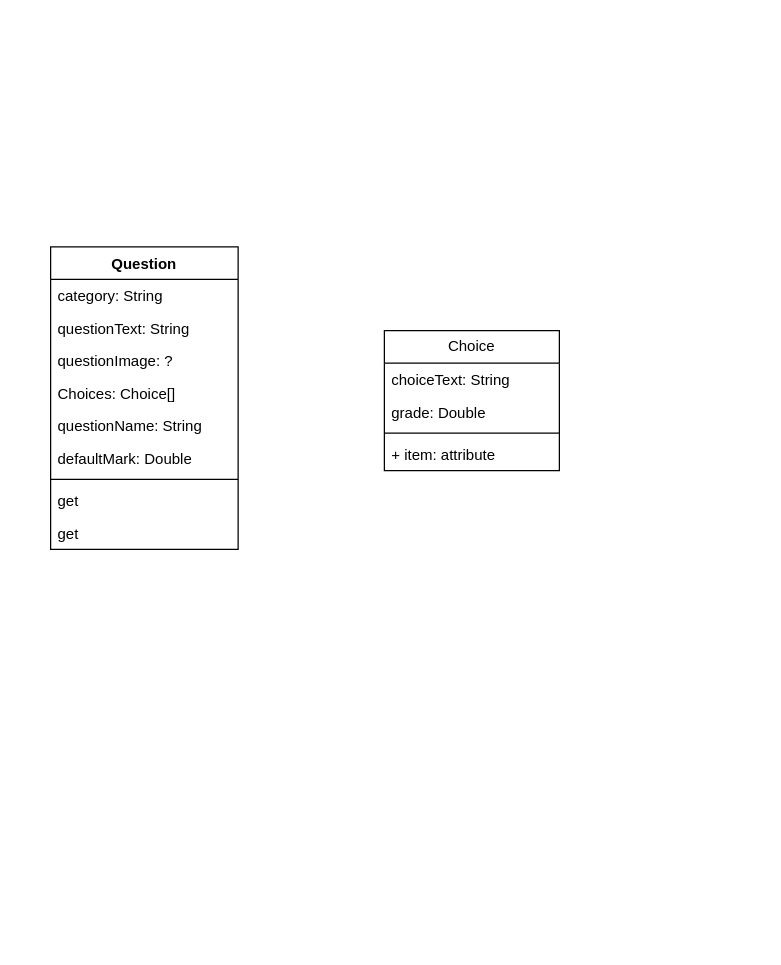
This is OOP_Diagram.drawio from ductaingn/OOP_Project, a draw.io file, before an edit. Source tidied: cells renumbered, new cells numbered last; positions are measured from the earlier drawing's top-left corner, leaving out a move shared by most shapes. Both pictures are drawn from the tidied source at 125%, with x=0, y=0 at pixel (50, 246).
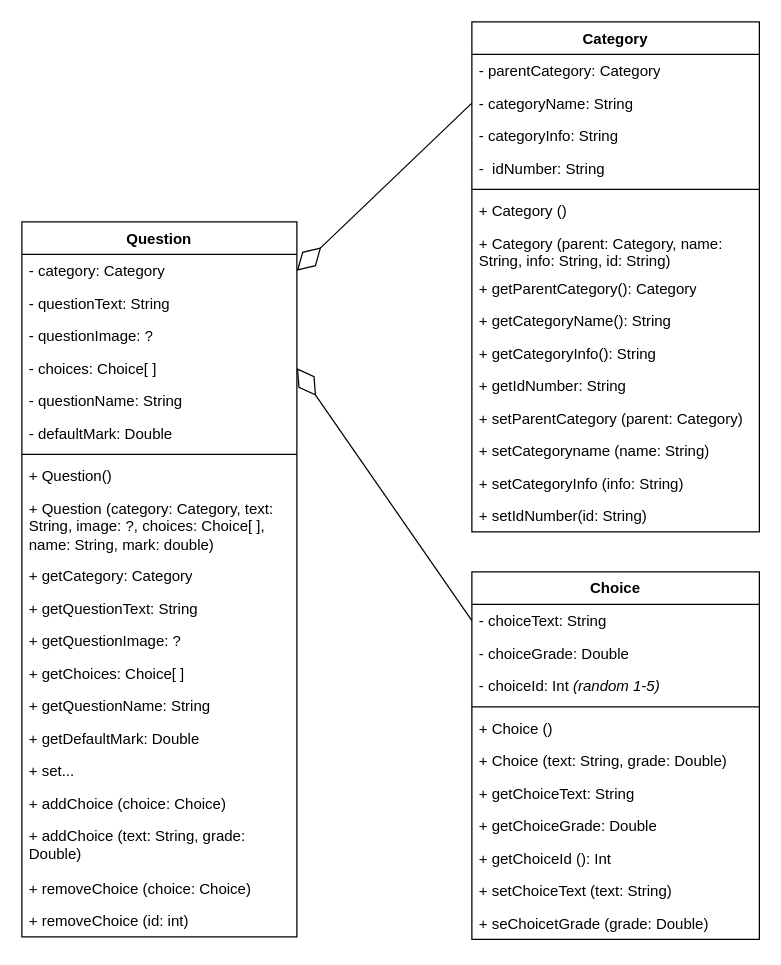
The same page after the edit.

Diff of the diagram source:
```diff
@@
     <mxCell id="2" value="Question" style="swimlane;fontStyle=1;align=center;verticalAlign=top;horizontal=1;startSize=26;whiteSpace=wrap;html=1;" parent="1" vertex="1">
-      <mxGeometry width="150" height="242" as="geometry" />
+      <mxGeometry x="-23" y="-20" width="220" height="572" as="geometry" />
     </mxCell>
-    <mxCell id="3" value="category: String" style="text;strokeColor=none;fillColor=none;align=left;verticalAlign=top;spacingLeft=4;spacingRight=4;overflow=hidden;points=[[0,0.5],[1,0.5]];portConstraint=eastwest;whiteSpace=wrap;html=1;" parent="2" vertex="1">
-      <mxGeometry y="26" width="150" height="26" as="geometry" />
+    <mxCell id="3" value="- category: Category&lt;br&gt;" style="text;strokeColor=none;fillColor=none;align=left;verticalAlign=top;spacingLeft=4;spacingRight=4;overflow=hidden;points=[[0,0.5],[1,0.5]];portConstraint=eastwest;whiteSpace=wrap;html=1;" parent="2" vertex="1">
+      <mxGeometry y="26" width="220" height="26" as="geometry" />
     </mxCell>
-    <mxCell id="4" value="questionText: String" style="text;strokeColor=none;fillColor=none;align=left;verticalAlign=top;spacingLeft=4;spacingRight=4;overflow=hidden;whiteSpace=wrap;html=1;" parent="2" vertex="1">
-      <mxGeometry y="52" width="150" height="26" as="geometry" />
+    <mxCell id="4" value="- questionText: String" style="text;strokeColor=none;fillColor=none;align=left;verticalAlign=top;spacingLeft=4;spacingRight=4;overflow=hidden;whiteSpace=wrap;html=1;" parent="2" vertex="1">
+      <mxGeometry y="52" width="220" height="26" as="geometry" />
     </mxCell>
-    <mxCell id="5" value="questionImage: ?" style="text;strokeColor=none;fillColor=none;align=left;verticalAlign=top;spacingLeft=4;spacingRight=4;overflow=hidden;whiteSpace=wrap;html=1;" parent="2" vertex="1">
-      <mxGeometry y="78" width="150" height="26" as="geometry" />
+    <mxCell id="5" value="- questionImage: ?" style="text;strokeColor=none;fillColor=none;align=left;verticalAlign=top;spacingLeft=4;spacingRight=4;overflow=hidden;whiteSpace=wrap;html=1;" parent="2" vertex="1">
+      <mxGeometry y="78" width="220" height="26" as="geometry" />
     </mxCell>
-    <mxCell id="6" value="Choices: Choice[]" style="text;strokeColor=none;fillColor=none;align=left;verticalAlign=top;spacingLeft=4;spacingRight=4;overflow=hidden;points=[[0,0.5],[1,0.5]];portConstraint=eastwest;whiteSpace=wrap;html=1;" parent="2" vertex="1">
-      <mxGeometry y="104" width="150" height="26" as="geometry" />
+    <mxCell id="6" value="- choices: Choice[ ]" style="text;strokeColor=none;fillColor=none;align=left;verticalAlign=top;spacingLeft=4;spacingRight=4;overflow=hidden;points=[[0,0.5],[1,0.5]];portConstraint=eastwest;whiteSpace=wrap;html=1;" parent="2" vertex="1">
+      <mxGeometry y="104" width="220" height="26" as="geometry" />
     </mxCell>
-    <mxCell id="7" value="questionName: String" style="text;strokeColor=none;fillColor=none;align=left;verticalAlign=top;spacingLeft=4;spacingRight=4;overflow=hidden;whiteSpace=wrap;html=1;" parent="2" vertex="1">
-      <mxGeometry y="130" width="150" height="26" as="geometry" />
+    <mxCell id="7" value="- questionName: String" style="text;strokeColor=none;fillColor=none;align=left;verticalAlign=top;spacingLeft=4;spacingRight=4;overflow=hidden;whiteSpace=wrap;html=1;" parent="2" vertex="1">
+      <mxGeometry y="130" width="220" height="26" as="geometry" />
     </mxCell>
-    <mxCell id="8" value="defaultMark: Double" style="text;strokeColor=none;fillColor=none;align=left;verticalAlign=top;spacingLeft=4;spacingRight=4;overflow=hidden;whiteSpace=wrap;html=1;" parent="2" vertex="1">
-      <mxGeometry y="156" width="150" height="26" as="geometry" />
+    <mxCell id="8" value="- defaultMark: Double" style="text;strokeColor=none;fillColor=none;align=left;verticalAlign=top;spacingLeft=4;spacingRight=4;overflow=hidden;whiteSpace=wrap;html=1;" parent="2" vertex="1">
+      <mxGeometry y="156" width="220" height="26" as="geometry" />
     </mxCell>
     <mxCell id="9" style="line;strokeWidth=1;fillColor=none;align=left;verticalAlign=middle;spacingTop=-1;spacingLeft=3;spacingRight=3;labelPosition=right;strokeColor=inherit;" parent="2" vertex="1">
-      <mxGeometry y="182" width="150" height="8" as="geometry" />
+      <mxGeometry y="182" width="220" height="8" as="geometry" />
     </mxCell>
+    <mxCell id="17" value="+ Question()" style="text;strokeColor=none;fillColor=none;align=left;verticalAlign=top;spacingLeft=4;spacingRight=4;overflow=hidden;whiteSpace=wrap;html=1;" parent="2" vertex="1">
+      <mxGeometry y="190" width="220" height="26" as="geometry" />
+    </mxCell>
+    <mxCell id="18" value="+ Question (category: Category, text: String, image: ?, choices: Choice[ ], name: String, mark: double)" style="text;strokeColor=none;fillColor=none;align=left;verticalAlign=top;spacingLeft=4;spacingRight=4;overflow=hidden;whiteSpace=wrap;html=1;" parent="2" vertex="1">
+      <mxGeometry y="216" width="220" height="54" as="geometry" />
+    </mxCell>
-    <mxCell id="10" value="get" style="text;strokeColor=none;fillColor=none;align=left;verticalAlign=top;spacingLeft=4;spacingRight=4;overflow=hidden;whiteSpace=wrap;html=1;" parent="2" vertex="1">
-      <mxGeometry y="190" width="150" height="26" as="geometry" />
+    <mxCell id="10" value="+ getCategory: Category&lt;br&gt;" style="text;strokeColor=none;fillColor=none;align=left;verticalAlign=top;spacingLeft=4;spacingRight=4;overflow=hidden;whiteSpace=wrap;html=1;" parent="2" vertex="1">
+      <mxGeometry y="270" width="220" height="26" as="geometry" />
     </mxCell>
-    <mxCell id="11" value="get" style="text;strokeColor=none;fillColor=none;align=left;verticalAlign=top;spacingLeft=4;spacingRight=4;overflow=hidden;whiteSpace=wrap;html=1;" parent="2" vertex="1">
-      <mxGeometry y="216" width="150" height="26" as="geometry" />
+    <mxCell id="11" value="+ getQuestionText: String" style="text;strokeColor=none;fillColor=none;align=left;verticalAlign=top;spacingLeft=4;spacingRight=4;overflow=hidden;whiteSpace=wrap;html=1;" parent="2" vertex="1">
+      <mxGeometry y="296" width="220" height="26" as="geometry" />
     </mxCell>
+    <mxCell id="19" value="+ getQuestionImage: ?" style="text;strokeColor=none;fillColor=none;align=left;verticalAlign=top;spacingLeft=4;spacingRight=4;overflow=hidden;whiteSpace=wrap;html=1;" parent="2" vertex="1">
+      <mxGeometry y="322" width="220" height="26" as="geometry" />
+    </mxCell>
+    <mxCell id="20" value="+ getChoices: Choice[ ]" style="text;strokeColor=none;fillColor=none;align=left;verticalAlign=top;spacingLeft=4;spacingRight=4;overflow=hidden;whiteSpace=wrap;html=1;" parent="2" vertex="1">
+      <mxGeometry y="348" width="220" height="26" as="geometry" />
+    </mxCell>
+    <mxCell id="21" value="+ getQuestionName: String" style="text;strokeColor=none;fillColor=none;align=left;verticalAlign=top;spacingLeft=4;spacingRight=4;overflow=hidden;whiteSpace=wrap;html=1;" parent="2" vertex="1">
+      <mxGeometry y="374" width="220" height="26" as="geometry" />
+    </mxCell>
+    <mxCell id="22" value="+ getDefaultMark: Double" style="text;strokeColor=none;fillColor=none;align=left;verticalAlign=top;spacingLeft=4;spacingRight=4;overflow=hidden;whiteSpace=wrap;html=1;" parent="2" vertex="1">
+      <mxGeometry y="400" width="220" height="26" as="geometry" />
+    </mxCell>
+    <mxCell id="23" value="+ set..." style="text;strokeColor=none;fillColor=none;align=left;verticalAlign=top;spacingLeft=4;spacingRight=4;overflow=hidden;whiteSpace=wrap;html=1;" parent="2" vertex="1">
+      <mxGeometry y="426" width="220" height="26" as="geometry" />
+    </mxCell>
+    <mxCell id="24" value="+ addChoice (choice: Choice)" style="text;strokeColor=none;fillColor=none;align=left;verticalAlign=top;spacingLeft=4;spacingRight=4;overflow=hidden;whiteSpace=wrap;html=1;" parent="2" vertex="1">
+      <mxGeometry y="452" width="220" height="26" as="geometry" />
+    </mxCell>
+    <mxCell id="25" value="+ addChoice (text: String, grade: Double)&amp;nbsp;&amp;nbsp;" style="text;strokeColor=none;fillColor=none;align=left;verticalAlign=top;spacingLeft=4;spacingRight=4;overflow=hidden;whiteSpace=wrap;html=1;" parent="2" vertex="1">
+      <mxGeometry y="478" width="220" height="42" as="geometry" />
+    </mxCell>
+    <mxCell id="26" value="+ removeChoice (choice: Choice)" style="text;strokeColor=none;fillColor=none;align=left;verticalAlign=top;spacingLeft=4;spacingRight=4;overflow=hidden;whiteSpace=wrap;html=1;" parent="2" vertex="1">
+      <mxGeometry y="520" width="220" height="26" as="geometry" />
+    </mxCell>
+    <mxCell id="27" value="+ removeChoice (id: int)" style="text;strokeColor=none;fillColor=none;align=left;verticalAlign=top;spacingLeft=4;spacingRight=4;overflow=hidden;whiteSpace=wrap;html=1;" parent="2" vertex="1">
+      <mxGeometry y="546" width="220" height="26" as="geometry" />
+    </mxCell>
-    <mxCell id="12" value="Choice" style="swimlane;fontStyle=0;horizontal=1;startSize=26;fillColor=none;whiteSpace=wrap;html=1;" parent="1" vertex="1">
-      <mxGeometry x="267" y="67" width="140" height="112" as="geometry" />
+    <mxCell id="12" value="&lt;b&gt;Choice&lt;/b&gt;" style="swimlane;fontStyle=0;horizontal=1;startSize=26;fillColor=none;whiteSpace=wrap;html=1;" parent="1" vertex="1">
+      <mxGeometry x="337" y="260" width="230" height="294" as="geometry" />
     </mxCell>
-    <mxCell id="13" value="choiceText: String&lt;br&gt;" style="text;strokeColor=none;fillColor=none;align=left;verticalAlign=top;spacingLeft=4;spacingRight=4;overflow=hidden;points=[[0,0.5],[1,0.5]];portConstraint=eastwest;whiteSpace=wrap;html=1;" parent="12" vertex="1">
-      <mxGeometry y="26" width="140" height="26" as="geometry" />
+    <mxCell id="13" value="- choiceText: String" style="text;strokeColor=none;fillColor=none;align=left;verticalAlign=top;spacingLeft=4;spacingRight=4;overflow=hidden;points=[[0,0.5],[1,0.5]];portConstraint=eastwest;whiteSpace=wrap;html=1;" parent="12" vertex="1">
+      <mxGeometry y="26" width="230" height="26" as="geometry" />
     </mxCell>
-    <mxCell id="14" value="grade: Double" style="text;strokeColor=none;fillColor=none;align=left;verticalAlign=top;spacingLeft=4;spacingRight=4;overflow=hidden;whiteSpace=wrap;html=1;" parent="12" vertex="1">
-      <mxGeometry y="52" width="140" height="26" as="geometry" />
+    <mxCell id="14" value="- choiceGrade: Double" style="text;strokeColor=none;fillColor=none;align=left;verticalAlign=top;spacingLeft=4;spacingRight=4;overflow=hidden;whiteSpace=wrap;html=1;" parent="12" vertex="1">
+      <mxGeometry y="52" width="230" height="26" as="geometry" />
     </mxCell>
+    <mxCell id="28" value="- choiceId: Int &lt;i&gt;(random 1-5)&lt;/i&gt;&amp;nbsp;" style="text;strokeColor=none;fillColor=none;align=left;verticalAlign=top;spacingLeft=4;spacingRight=4;overflow=hidden;whiteSpace=wrap;html=1;" parent="12" vertex="1">
+      <mxGeometry y="78" width="230" height="26" as="geometry" />
+    </mxCell>
     <mxCell id="15" style="line;strokeWidth=1;fillColor=none;align=left;verticalAlign=middle;spacingTop=-1;spacingLeft=3;spacingRight=3;labelPosition=right;strokeColor=inherit;" parent="12" vertex="1">
-      <mxGeometry y="78" width="140" height="8" as="geometry" />
+      <mxGeometry y="104" width="230" height="8" as="geometry" />
     </mxCell>
+    <mxCell id="29" value="+ Choice ()" style="text;strokeColor=none;fillColor=none;align=left;verticalAlign=top;spacingLeft=4;spacingRight=4;overflow=hidden;whiteSpace=wrap;html=1;" parent="12" vertex="1">
+      <mxGeometry y="112" width="230" height="26" as="geometry" />
+    </mxCell>
+    <mxCell id="30" value="+ Choice (text: String, grade: Double)" style="text;strokeColor=none;fillColor=none;align=left;verticalAlign=top;spacingLeft=4;spacingRight=4;overflow=hidden;whiteSpace=wrap;html=1;" parent="12" vertex="1">
+      <mxGeometry y="138" width="230" height="26" as="geometry" />
+    </mxCell>
-    <mxCell id="16" value="+ item: attribute" style="text;strokeColor=none;fillColor=none;align=left;verticalAlign=top;spacingLeft=4;spacingRight=4;overflow=hidden;whiteSpace=wrap;html=1;" parent="12" vertex="1">
-      <mxGeometry y="86" width="140" height="26" as="geometry" />
+    <mxCell id="16" value="+ getChoiceText: String" style="text;strokeColor=none;fillColor=none;align=left;verticalAlign=top;spacingLeft=4;spacingRight=4;overflow=hidden;whiteSpace=wrap;html=1;" parent="12" vertex="1">
+      <mxGeometry y="164" width="230" height="26" as="geometry" />
     </mxCell>
+    <mxCell id="31" value="+ getChoiceGrade: Double" style="text;strokeColor=none;fillColor=none;align=left;verticalAlign=top;spacingLeft=4;spacingRight=4;overflow=hidden;whiteSpace=wrap;html=1;" parent="12" vertex="1">
+      <mxGeometry y="190" width="230" height="26" as="geometry" />
+    </mxCell>
+    <mxCell id="32" value="+ getChoiceId (): Int" style="text;strokeColor=none;fillColor=none;align=left;verticalAlign=top;spacingLeft=4;spacingRight=4;overflow=hidden;whiteSpace=wrap;html=1;" parent="12" vertex="1">
+      <mxGeometry y="216" width="230" height="26" as="geometry" />
+    </mxCell>
+    <mxCell id="33" value="+ setChoiceText (text: String)&lt;br&gt;" style="text;strokeColor=none;fillColor=none;align=left;verticalAlign=top;spacingLeft=4;spacingRight=4;overflow=hidden;whiteSpace=wrap;html=1;" parent="12" vertex="1">
+      <mxGeometry y="242" width="230" height="26" as="geometry" />
+    </mxCell>
+    <mxCell id="34" value="+ seChoicetGrade (grade: Double)" style="text;strokeColor=none;fillColor=none;align=left;verticalAlign=top;spacingLeft=4;spacingRight=4;overflow=hidden;whiteSpace=wrap;html=1;" parent="12" vertex="1">
+      <mxGeometry y="268" width="230" height="26" as="geometry" />
+    </mxCell>
+    <mxCell id="35" value="Category" style="swimlane;fontStyle=1;align=center;verticalAlign=top;horizontal=1;startSize=26;whiteSpace=wrap;html=1;" parent="1" vertex="1">
+      <mxGeometry x="337" y="-180" width="230" height="408" as="geometry" />
+    </mxCell>
+    <mxCell id="36" value="- parentCategory: Category" style="text;strokeColor=none;fillColor=none;align=left;verticalAlign=top;spacingLeft=4;spacingRight=4;overflow=hidden;whiteSpace=wrap;html=1;" parent="35" vertex="1">
+      <mxGeometry y="26" width="230" height="26" as="geometry" />
+    </mxCell>
+    <mxCell id="37" value="- categoryName: String" style="text;strokeColor=none;fillColor=none;align=left;verticalAlign=top;spacingLeft=4;spacingRight=4;overflow=hidden;points=[[0,0.5],[1,0.5]];portConstraint=eastwest;whiteSpace=wrap;html=1;" parent="35" vertex="1">
+      <mxGeometry y="52" width="230" height="26" as="geometry" />
+    </mxCell>
+    <mxCell id="38" value="- categoryInfo: String" style="text;strokeColor=none;fillColor=none;align=left;verticalAlign=top;spacingLeft=4;spacingRight=4;overflow=hidden;whiteSpace=wrap;html=1;" parent="35" vertex="1">
+      <mxGeometry y="78" width="230" height="26" as="geometry" />
+    </mxCell>
+    <mxCell id="39" value="-&amp;nbsp; idNumber: String" style="text;strokeColor=none;fillColor=none;align=left;verticalAlign=top;spacingLeft=4;spacingRight=4;overflow=hidden;whiteSpace=wrap;html=1;" parent="35" vertex="1">
+      <mxGeometry y="104" width="230" height="26" as="geometry" />
+    </mxCell>
+    <mxCell id="40" style="line;strokeWidth=1;fillColor=none;align=left;verticalAlign=middle;spacingTop=-1;spacingLeft=3;spacingRight=3;labelPosition=right;strokeColor=inherit;" parent="35" vertex="1">
+      <mxGeometry y="130" width="230" height="8" as="geometry" />
+    </mxCell>
+    <mxCell id="41" value="+ Category ()" style="text;strokeColor=none;fillColor=none;align=left;verticalAlign=top;spacingLeft=4;spacingRight=4;overflow=hidden;whiteSpace=wrap;html=1;" parent="35" vertex="1">
+      <mxGeometry y="138" width="230" height="26" as="geometry" />
+    </mxCell>
+    <mxCell id="42" value="+ Category (parent: Category, name: String, info: String, id: String)" style="text;strokeColor=none;fillColor=none;align=left;verticalAlign=top;spacingLeft=4;spacingRight=4;overflow=hidden;whiteSpace=wrap;html=1;" parent="35" vertex="1">
+      <mxGeometry y="164" width="230" height="36" as="geometry" />
+    </mxCell>
+    <mxCell id="43" value="+ getParentCategory(): Category" style="text;strokeColor=none;fillColor=none;align=left;verticalAlign=top;spacingLeft=4;spacingRight=4;overflow=hidden;whiteSpace=wrap;html=1;" parent="35" vertex="1">
+      <mxGeometry y="200" width="230" height="26" as="geometry" />
+    </mxCell>
+    <mxCell id="44" value="+ getCategoryName(): String" style="text;strokeColor=none;fillColor=none;align=left;verticalAlign=top;spacingLeft=4;spacingRight=4;overflow=hidden;whiteSpace=wrap;html=1;" parent="35" vertex="1">
+      <mxGeometry y="226" width="230" height="26" as="geometry" />
+    </mxCell>
+    <mxCell id="45" value="+ getCategoryInfo(): String" style="text;strokeColor=none;fillColor=none;align=left;verticalAlign=top;spacingLeft=4;spacingRight=4;overflow=hidden;whiteSpace=wrap;html=1;" parent="35" vertex="1">
+      <mxGeometry y="252" width="230" height="26" as="geometry" />
+    </mxCell>
+    <mxCell id="46" value="+ getIdNumber: String" style="text;strokeColor=none;fillColor=none;align=left;verticalAlign=top;spacingLeft=4;spacingRight=4;overflow=hidden;whiteSpace=wrap;html=1;" parent="35" vertex="1">
+      <mxGeometry y="278" width="230" height="26" as="geometry" />
+    </mxCell>
+    <mxCell id="47" value="+ setParentCategory (parent: Category)" style="text;strokeColor=none;fillColor=none;align=left;verticalAlign=top;spacingLeft=4;spacingRight=4;overflow=hidden;whiteSpace=wrap;html=1;" parent="35" vertex="1">
+      <mxGeometry y="304" width="230" height="26" as="geometry" />
+    </mxCell>
+    <mxCell id="48" value="+ setCategoryname (name: String)" style="text;strokeColor=none;fillColor=none;align=left;verticalAlign=top;spacingLeft=4;spacingRight=4;overflow=hidden;whiteSpace=wrap;html=1;" parent="35" vertex="1">
+      <mxGeometry y="330" width="230" height="26" as="geometry" />
+    </mxCell>
+    <mxCell id="49" value="+ setCategoryInfo (info: String)" style="text;strokeColor=none;fillColor=none;align=left;verticalAlign=top;spacingLeft=4;spacingRight=4;overflow=hidden;whiteSpace=wrap;html=1;" parent="35" vertex="1">
+      <mxGeometry y="356" width="230" height="26" as="geometry" />
+    </mxCell>
+    <mxCell id="50" value="+ setIdNumber(id: String)" style="text;strokeColor=none;fillColor=none;align=left;verticalAlign=top;spacingLeft=4;spacingRight=4;overflow=hidden;whiteSpace=wrap;html=1;" parent="35" vertex="1">
+      <mxGeometry y="382" width="230" height="26" as="geometry" />
+    </mxCell>
+    <mxCell id="51" style="endArrow=diamondThin;endFill=0;endSize=24;html=1;rounded=0;exitX=0;exitY=0.5;exitDx=0;exitDy=0;entryX=1;entryY=0.5;entryDx=0;entryDy=0;" parent="1" edge="1" source="13" target="6">
+      <mxGeometry relative="1" as="geometry" />
+    </mxCell>
+    <mxCell id="52" style="endArrow=diamondThin;endFill=0;endSize=24;html=1;rounded=0;exitX=0;exitY=0.5;exitDx=0;exitDy=0;entryX=1;entryY=0.5;entryDx=0;entryDy=0;" parent="1" edge="1" source="37" target="3">
+      <mxGeometry relative="1" as="geometry" />
+    </mxCell>
```
